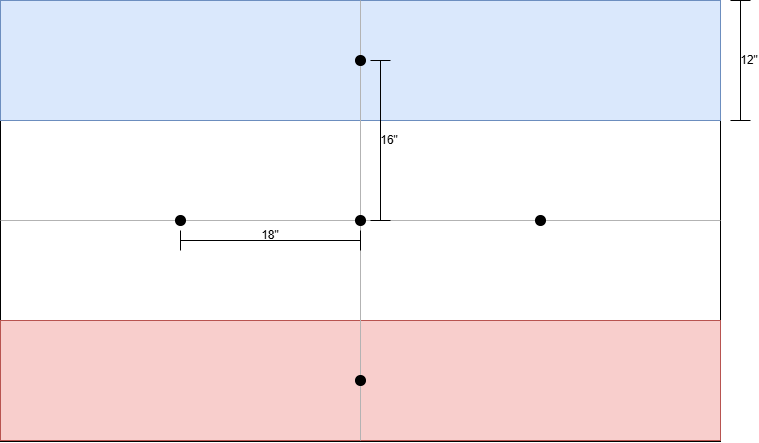
This is althammer/assets/images/layouts/layout-full-1.png from TheCodeForge/AltHammer, a draw.io export, as it was before one commit. Source tidied: cells renumbered, new cells last; positions are measured from the earlier drawing's top-left corner, leaving out a move shared by most shapes. Source of this version:
```xml
<mxGraphModel>
  <root>
    <mxCell id="0" />
    <mxCell id="1" parent="0" />
    <mxCell id="2" style="group;" parent="1" vertex="1">
      <mxGeometry width="720" height="440" as="geometry" />
    </mxCell>
    <mxCell id="3" style="rounded=0;whiteSpace=wrap;html=1;" parent="2" vertex="1">
      <mxGeometry y="1" width="720" height="440" as="geometry" />
    </mxCell>
    <mxCell id="4" style="rounded=0;whiteSpace=wrap;html=1;fillColor=#f8cecc;strokeColor=#b85450;" parent="2" vertex="1">
      <mxGeometry y="320" width="720" height="120" as="geometry" />
    </mxCell>
    <mxCell id="5" style="rounded=0;whiteSpace=wrap;html=1;fillColor=#dae8fc;strokeColor=#6c8ebf;" parent="2" vertex="1">
      <mxGeometry width="720" height="120" as="geometry" />
    </mxCell>
    <mxCell id="6" style="line;strokeWidth=1;html=1;strokeColor=#B3B3B3;fillColor=none;" parent="2" vertex="1">
      <mxGeometry y="215" width="720" height="10" as="geometry" />
    </mxCell>
    <mxCell id="7" style="line;strokeWidth=1;direction=south;html=1;fillColor=none;strokeColor=#B3B3B3;" parent="2" vertex="1">
      <mxGeometry x="355" width="10" height="440" as="geometry" />
    </mxCell>
    <mxCell id="8" style="ellipse;whiteSpace=wrap;html=1;fillColor=#000000;" parent="2" vertex="1">
      <mxGeometry x="355" y="215" width="10" height="10" as="geometry" />
    </mxCell>
    <mxCell id="9" style="ellipse;whiteSpace=wrap;html=1;fillColor=#000000;" parent="2" vertex="1">
      <mxGeometry x="175" y="215" width="10" height="10" as="geometry" />
    </mxCell>
    <mxCell id="10" style="ellipse;whiteSpace=wrap;html=1;fillColor=#000000;" parent="2" vertex="1">
      <mxGeometry x="535" y="215" width="10" height="10" as="geometry" />
    </mxCell>
    <mxCell id="11" style="ellipse;whiteSpace=wrap;html=1;fillColor=#000000;" parent="2" vertex="1">
      <mxGeometry x="355" y="375" width="10" height="10" as="geometry" />
    </mxCell>
    <mxCell id="12" style="ellipse;whiteSpace=wrap;html=1;fillColor=#000000;" parent="2" vertex="1">
      <mxGeometry x="355" y="55" width="10" height="10" as="geometry" />
    </mxCell>
    <mxCell id="13" value="18&quot;" style="shape=crossbar;whiteSpace=wrap;html=1;rounded=1;spacingTop=-10;" parent="2" vertex="1">
      <mxGeometry x="180" y="230" width="180" height="20" as="geometry" />
    </mxCell>
    <mxCell id="14" value="16&quot;" style="shape=crossbar;whiteSpace=wrap;html=1;rounded=1;direction=south;spacingLeft=18;" parent="2" vertex="1">
      <mxGeometry x="370" y="60" width="20" height="160" as="geometry" />
    </mxCell>
    <mxCell id="15" value="12&quot;" style="shape=crossbar;whiteSpace=wrap;html=1;rounded=1;direction=south;spacingLeft=18;" parent="1" vertex="1">
      <mxGeometry x="730" width="20" height="120" as="geometry" />
    </mxCell>
  </root>
</mxGraphModel>
```
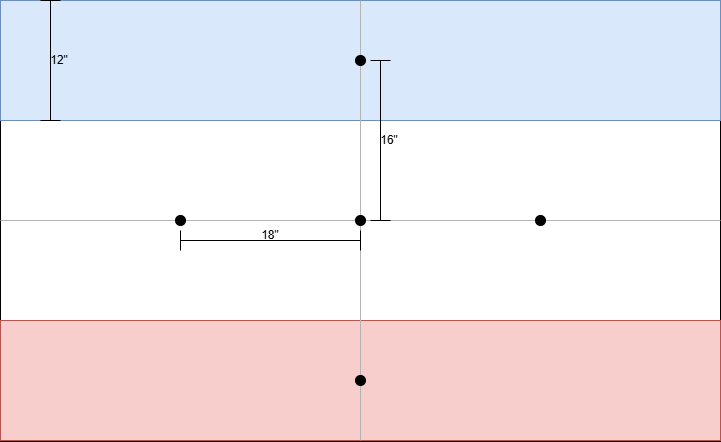
After the change.

Change to the diagram source:
```diff
@@ -41,8 +41,8 @@
     <mxCell id="14" value="16&quot;" style="shape=crossbar;whiteSpace=wrap;html=1;rounded=1;direction=south;spacingLeft=18;" parent="2" vertex="1">
       <mxGeometry x="370" y="60" width="20" height="160" as="geometry" />
     </mxCell>
-    <mxCell id="15" value="12&quot;" style="shape=crossbar;whiteSpace=wrap;html=1;rounded=1;direction=south;spacingLeft=18;" parent="1" vertex="1">
-      <mxGeometry x="730" width="20" height="120" as="geometry" />
+    <mxCell id="15" value="12&quot;" style="shape=crossbar;whiteSpace=wrap;html=1;rounded=1;direction=south;spacingLeft=18;" parent="2" vertex="1">
+      <mxGeometry x="40" width="20" height="120" as="geometry" />
     </mxCell>
   </root>
 </mxGraphModel>
```
